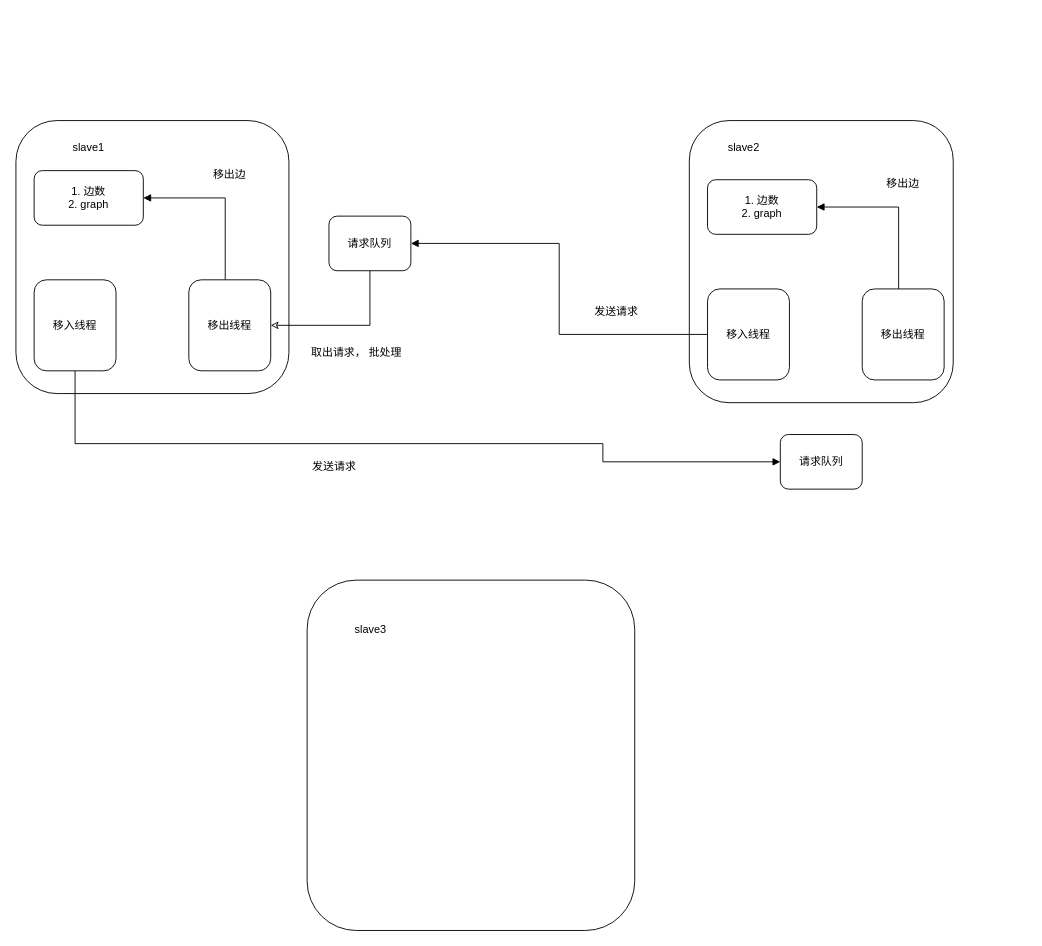
The draw.io diagram 分布式并行图划分.drawio in ductina/233, before the edit. Source tidied: cells renumbered, new cells numbered last; positions are measured from the earlier drawing's top-left corner, leaving out a move shared by most shapes. Both pictures are drawn from the tidied source at 91%, with x=0, y=0 at pixel (15, 120).
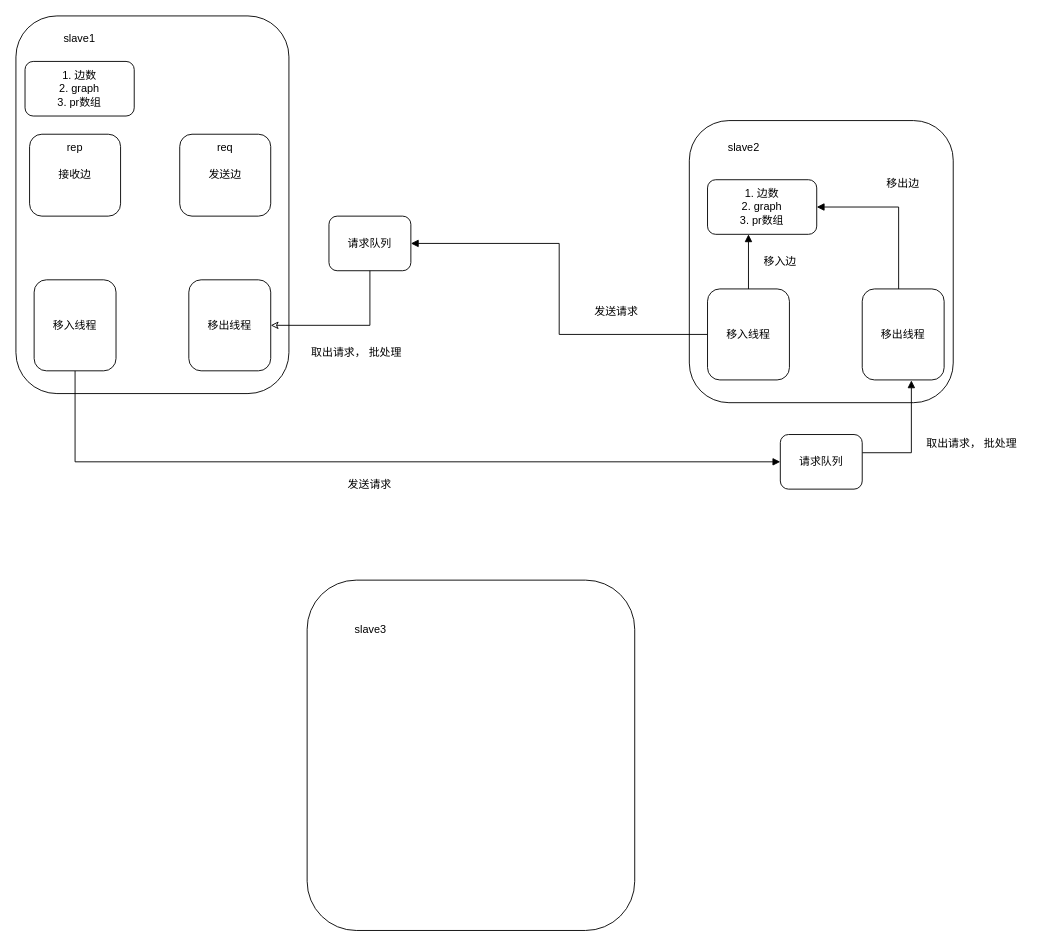
The same page after the edit.

Commit message (it also covers changes not shown here):
Update 分布式并行图划分.drawio

The change refers to these unchanged cells:
```xml
<mxCell id="11" value="移入线程" style="rounded=1;whiteSpace=wrap;html=1;" parent="1" vertex="1">
  <mxGeometry x="20" y="175" width="90" height="100" as="geometry" />
</mxCell>
<mxCell id="14" value="移出线程" style="rounded=1;whiteSpace=wrap;html=1;" parent="1" vertex="1">
  <mxGeometry x="190" y="175" width="90" height="100" as="geometry" />
</mxCell>
<mxCell id="17" value="请求队列" style="rounded=1;whiteSpace=wrap;html=1;" parent="1" vertex="1">
  <mxGeometry x="840" y="345" width="90" height="60" as="geometry" />
</mxCell>
<mxCell id="21" value="移入线程" style="rounded=1;whiteSpace=wrap;html=1;" parent="1" vertex="1">
  <mxGeometry x="760" y="185" width="90" height="100" as="geometry" />
</mxCell>
<mxCell id="23" value="移出线程" style="rounded=1;whiteSpace=wrap;html=1;" parent="1" vertex="1">
  <mxGeometry x="930" y="185" width="90" height="100" as="geometry" />
</mxCell>
```

Diff of the diagram source:
```diff
@@
     <mxCell id="2" style="rounded=1;whiteSpace=wrap;html=1;" parent="1" vertex="1">
-      <mxGeometry width="300" height="300" as="geometry" />
+      <mxGeometry y="-115" width="300" height="415" as="geometry" />
     </mxCell>
@@
     <mxCell id="5" value="slave1" style="text;html=1;strokeColor=none;fillColor=none;align=center;verticalAlign=middle;whiteSpace=wrap;rounded=0;" parent="1" vertex="1">
-      <mxGeometry x="50" y="15" width="60" height="30" as="geometry" />
+      <mxGeometry x="40" y="-105" width="60" height="30" as="geometry" />
     </mxCell>
@@
-    <mxCell id="8" value="1. 边数&lt;br&gt;2. graph" style="rounded=1;whiteSpace=wrap;html=1;" parent="1" vertex="1">
-      <mxGeometry x="20" y="55" width="120" height="60" as="geometry" />
+    <mxCell id="8" value="1. 边数&lt;br&gt;2. graph&lt;br&gt;3. pr数组" style="rounded=1;whiteSpace=wrap;html=1;" parent="1" vertex="1">
+      <mxGeometry x="10" y="-65" width="120" height="60" as="geometry" />
     </mxCell>
@@
     <mxCell id="10" style="edgeStyle=orthogonalEdgeStyle;rounded=0;jettySize=auto;html=1;startArrow=none;startFill=0;endArrow=block;endFill=1;" parent="1" edge="1" source="11" target="17">
       <mxGeometry relative="1" as="geometry">
         <Array as="points">
-          <mxPoint x="65" y="355" />
-          <mxPoint x="645" y="355" />
+          <mxPoint x="65" y="375" />
         </Array>
       </mxGeometry>
     </mxCell>
@@
-    <mxCell id="13" style="edgeStyle=orthogonalEdgeStyle;rounded=0;jettySize=auto;html=1;entryX=1;entryY=0.5;entryDx=0;entryDy=0;startArrow=none;startFill=0;endArrow=block;endFill=1;" parent="1" edge="1" source="14" target="8">
-      <mxGeometry relative="1" as="geometry">
-        <Array as="points">
-          <mxPoint x="230" y="85" />
-        </Array>
-      </mxGeometry>
-    </mxCell>
@@
-    <mxCell id="16" value="移出边" style="text;html=1;strokeColor=none;fillColor=none;align=center;verticalAlign=middle;whiteSpace=wrap;rounded=0;" parent="1" vertex="1">
-      <mxGeometry x="205" y="45" width="60" height="30" as="geometry" />
-    </mxCell>
+    <mxCell id="26" style="edgeStyle=orthogonalEdgeStyle;rounded=0;jettySize=auto;html=1;entryX=0.6;entryY=1.005;entryDx=0;entryDy=0;entryPerimeter=0;startArrow=none;startFill=0;endArrow=block;endFill=1;" parent="1" edge="1" source="17" target="23">
+      <mxGeometry relative="1" as="geometry">
+        <Array as="points">
+          <mxPoint x="984" y="365" />
+        </Array>
+      </mxGeometry>
+    </mxCell>
@@
     <mxCell id="18" value="发送请求" style="text;html=1;strokeColor=none;fillColor=none;align=center;verticalAlign=middle;whiteSpace=wrap;rounded=0;" parent="1" vertex="1">
-      <mxGeometry x="320" y="365" width="60" height="30" as="geometry" />
+      <mxGeometry x="359" y="385" width="60" height="30" as="geometry" />
     </mxCell>
-    <mxCell id="19" value="1. 边数&lt;br&gt;2. graph" style="rounded=1;whiteSpace=wrap;html=1;" parent="1" vertex="1">
+    <mxCell id="19" value="1. 边数&lt;br&gt;2. graph&lt;br&gt;3. pr数组" style="rounded=1;whiteSpace=wrap;html=1;" parent="1" vertex="1">
       <mxGeometry x="760" y="65" width="120" height="60" as="geometry" />
     </mxCell>
@@
+    <mxCell id="27" style="edgeStyle=orthogonalEdgeStyle;rounded=0;jettySize=auto;html=1;entryX=0.375;entryY=1;entryDx=0;entryDy=0;entryPerimeter=0;startArrow=none;startFill=0;endArrow=block;endFill=1;" parent="1" edge="1" source="21" target="19">
+      <mxGeometry relative="1" as="geometry" />
+    </mxCell>
@@
+    <mxCell id="28" value="取出请求， 批处理" style="text;html=1;align=center;verticalAlign=middle;strokeColor=none;fillColor=none;" parent="1" vertex="1">
+      <mxGeometry x="990" y="345" width="120" height="20" as="geometry" />
+    </mxCell>
+    <mxCell id="29" value="移入边" style="text;html=1;strokeColor=none;fillColor=none;align=center;verticalAlign=middle;whiteSpace=wrap;rounded=0;" parent="1" vertex="1">
+      <mxGeometry x="810" y="140" width="60" height="30" as="geometry" />
+    </mxCell>
+    <mxCell id="30" value="接收边" style="rounded=1;whiteSpace=wrap;html=1;" parent="1" vertex="1">
+      <mxGeometry x="15" y="15" width="100" height="90" as="geometry" />
+    </mxCell>
+    <mxCell id="31" value="rep" style="text;html=1;strokeColor=none;fillColor=none;align=center;verticalAlign=middle;whiteSpace=wrap;rounded=0;" parent="1" vertex="1">
+      <mxGeometry x="35" y="15" width="60" height="30" as="geometry" />
+    </mxCell>
+    <mxCell id="32" value="发送边" style="rounded=1;whiteSpace=wrap;html=1;" parent="1" vertex="1">
+      <mxGeometry x="180" y="15" width="100" height="90" as="geometry" />
+    </mxCell>
+    <mxCell id="33" value="req" style="text;html=1;strokeColor=none;fillColor=none;align=center;verticalAlign=middle;whiteSpace=wrap;rounded=0;" parent="1" vertex="1">
+      <mxGeometry x="200" y="15" width="60" height="30" as="geometry" />
+    </mxCell>
```
